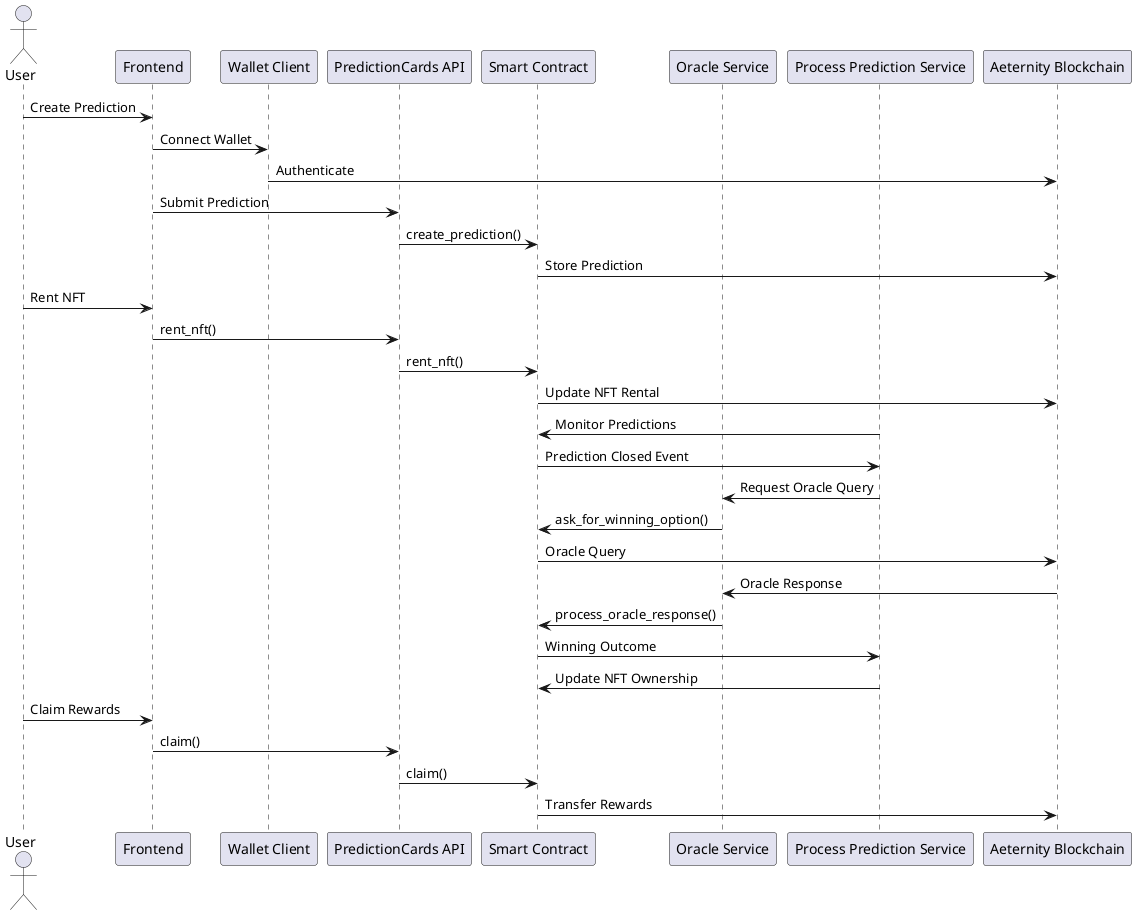
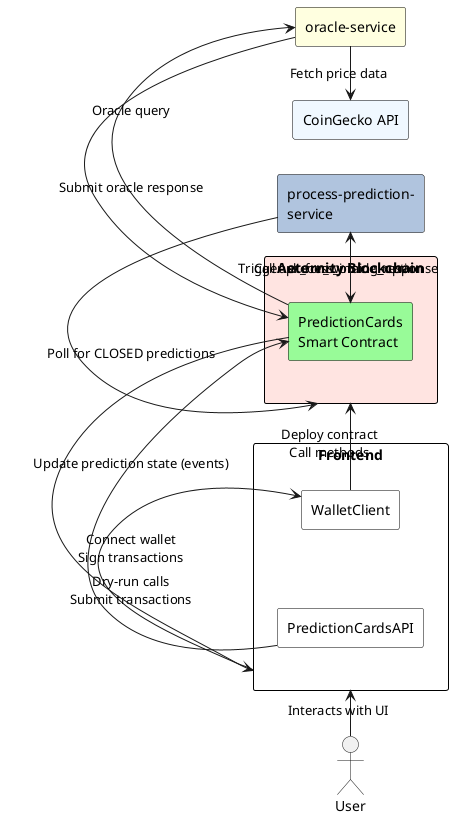
- ```plantuml
@startuml kryptokrauts_ae-prediction-cards
+ skinparam rectangle {
+   BackgroundColor #ffffff
+   BorderColor black
+   Style roundrect
+ }
+ left to right direction
+ 
actor User
- participant "Frontend" as FE
- participant "Wallet Client" as WC
- participant "PredictionCards API" as API
- participant "Smart Contract" as SC
- participant "Oracle Service" as OS
- participant "Process Prediction Service" as PPS
- participant "Aeternity Blockchain" as AE

- User -> FE: Create Prediction
- FE -> WC: Connect Wallet
- WC -> AE: Authenticate
- FE -> API: Submit Prediction
- API -> SC: create_prediction()
- SC -> AE: Store Prediction
+ rectangle "Frontend" as FE {
+   rectangle "WalletClient" as Wallet
+   rectangle "PredictionCardsAPI" as API
+ }

- User -> FE: Rent NFT
- FE -> API: rent_nft()
- API -> SC: rent_nft()
- SC -> AE: Update NFT Rental
+ rectangle "Aeternity Blockchain" as Blockchain #mistyrose {
+   rectangle "PredictionCards\nSmart Contract" as Contract #palegreen
+ }

- PPS -> SC: Monitor Predictions
- SC -> PPS: Prediction Closed Event
- PPS -> OS: Request Oracle Query
- OS -> SC: ask_for_winning_option()
- SC -> AE: Oracle Query
- AE -> OS: Oracle Response
- OS -> SC: process_oracle_response()
- SC -> PPS: Winning Outcome
- PPS -> SC: Update NFT Ownership
+ rectangle "process-prediction-\nservice" as PredictionService #lightsteelblue

- User -> FE: Claim Rewards
- FE -> API: claim()
- API -> SC: claim()
- SC -> AE: Transfer Rewards
+ rectangle "oracle-service" as OracleService #lightyellow

- @enduml
- ```+ rectangle "CoinGecko API" as CoinGecko #aliceblue
+ 
+ ' ========== Connections ==========
+ User -> FE : Interacts with UI
+ FE -> Wallet : Connect wallet\nSign transactions
+ Wallet -> Blockchain : Deploy contract\nCall methods
+ API -> Contract : Dry-run calls\nSubmit transactions
+ 
+ PredictionService -> Blockchain : Poll for CLOSED predictions
+ PredictionService -> Contract : Call ask_for_winning_option
+ Contract -> OracleService : Oracle query
+ OracleService -> CoinGecko : Fetch price data
+ OracleService -> Contract : Submit oracle response
+ Contract -> PredictionService : Trigger process_oracle_response
+ Contract -> FE : Update prediction state (events)
+ @enduml